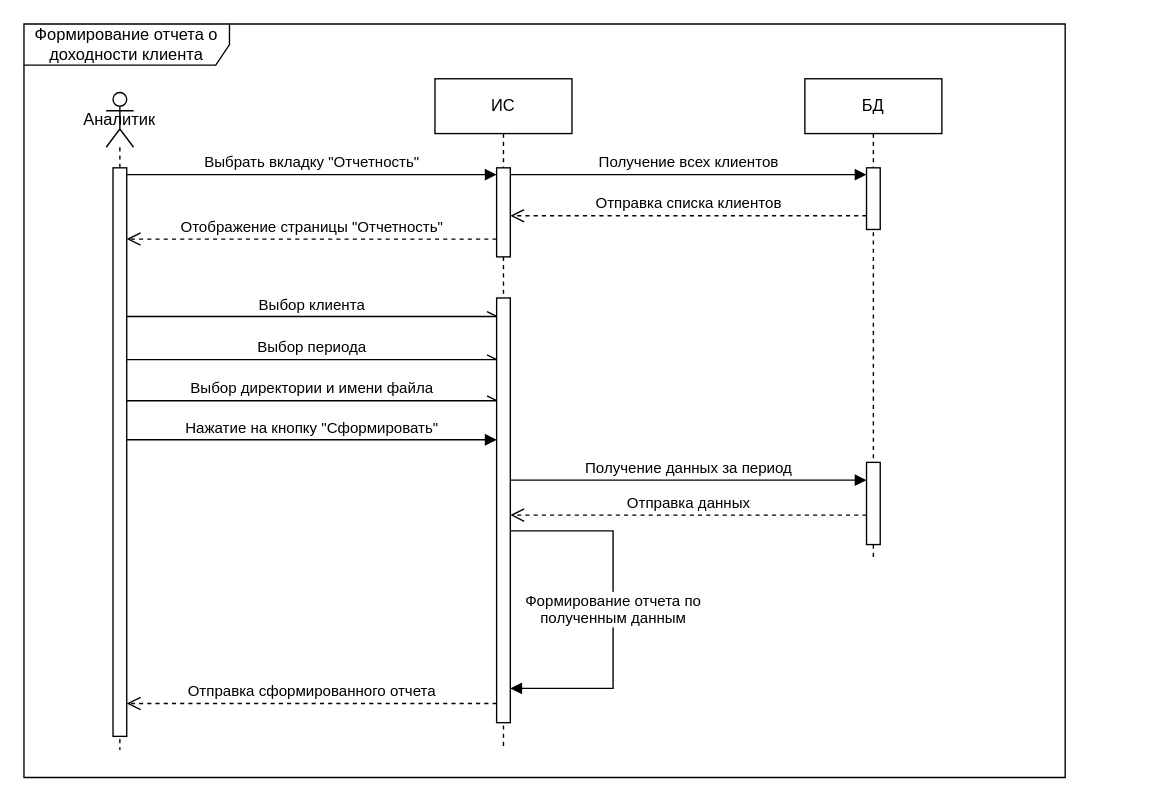
The draw.io diagram sequence.drawio in snowfallite/trpo, before the edit. Source tidied: cells renumbered, new cells numbered last; positions are measured from the earlier drawing's top-left corner, leaving out a move shared by most shapes. Both pictures are drawn from the tidied source at 137%, with x=0, y=0 at pixel (23, 23).
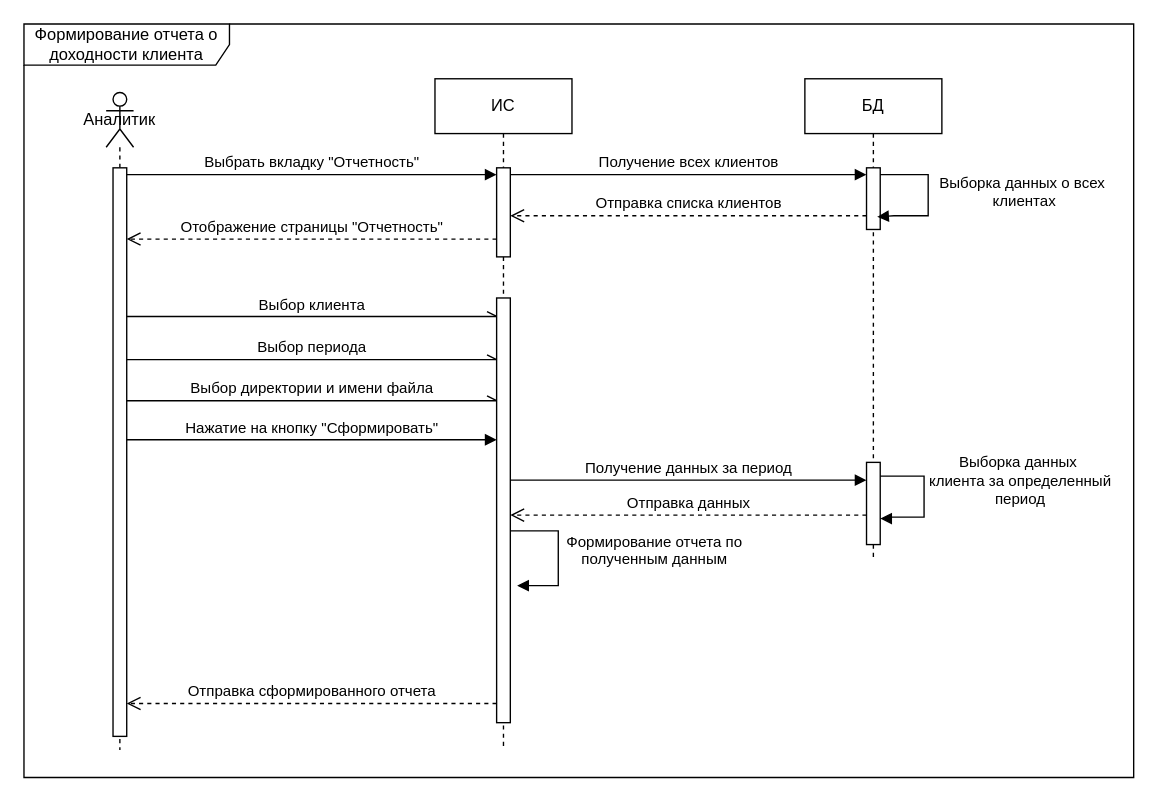
The same page after the edit.

Unchanged cells that the change refers to:
```xml
<mxCell id="9" value="БД" style="shape=umlLifeline;perimeter=lifelinePerimeter;whiteSpace=wrap;html=1;newEdgeStyle={&quot;curved&quot;:0,&quot;rounded&quot;:0};" parent="1" vertex="1">
  <mxGeometry x="570" y="40" width="100" height="350" as="geometry" />
</mxCell>
<mxCell id="10" style="html=1;points=[[0,0,0,0,5],[0,1,0,0,-5],[1,0,0,0,5],[1,1,0,0,-5]];perimeter=orthogonalPerimeter;outlineConnect=0;targetShapes=umlLifeline;portConstraint=eastwest;newEdgeStyle={&quot;curved&quot;:0,&quot;rounded&quot;:0};" parent="9" vertex="1">
  <mxGeometry x="45" y="65" width="10" height="45" as="geometry" />
</mxCell>
<mxCell id="11" style="html=1;points=[[0,0,0,0,5],[0,1,0,0,-5],[1,0,0,0,5],[1,1,0,0,-5]];perimeter=orthogonalPerimeter;outlineConnect=0;targetShapes=umlLifeline;portConstraint=eastwest;newEdgeStyle={&quot;curved&quot;:0,&quot;rounded&quot;:0};" parent="9" vertex="1">
  <mxGeometry x="45" y="280" width="10" height="60" as="geometry" />
</mxCell>
```

What changed in the source:
```diff
@@
     <mxCell id="4" value="&lt;span style=&quot;color: rgb(0, 0, 0);&quot;&gt;Формирование отчета о доходности клиента&lt;/span&gt;" style="shape=umlFrame;whiteSpace=wrap;html=1;width=150;height=30;" parent="1" vertex="1">
-      <mxGeometry width="760" height="550" as="geometry" />
+      <mxGeometry width="810" height="550" as="geometry" />
     </mxCell>
@@
+    <mxCell id="23" value="Выборка данных о всех&amp;nbsp;&lt;div&gt;клиентах&lt;/div&gt;" style="html=1;verticalAlign=bottom;endArrow=block;rounded=0;elbow=vertical;edgeStyle=orthogonalEdgeStyle;exitX=1;exitY=0;exitDx=0;exitDy=5;exitPerimeter=0;entryX=0.776;entryY=0.795;entryDx=0;entryDy=0;entryPerimeter=0;" parent="9" edge="1" source="10" target="10">
+      <mxGeometry x="0.24" y="70" relative="1" as="geometry">
+        <Array as="points">
+          <mxPoint x="90" y="70" />
+          <mxPoint x="90" y="100" />
+          <mxPoint x="65" y="100" />
+        </Array>
+      </mxGeometry>
+    </mxCell>
+    <mxCell id="24" value="Выборка данных&amp;nbsp;&lt;div&gt;клиента за определенный&lt;/div&gt;&lt;div&gt;период&lt;/div&gt;" style="html=1;verticalAlign=bottom;endArrow=block;rounded=0;elbow=vertical;edgeStyle=orthogonalEdgeStyle;" parent="9" edge="1" source="11" target="11">
+      <mxGeometry x="0.23" y="70" relative="1" as="geometry">
+        <Array as="points">
+          <mxPoint x="87" y="290" />
+          <mxPoint x="87" y="320" />
+          <mxPoint x="62" y="320" />
+          <mxPoint x="62" y="321" />
+        </Array>
+      </mxGeometry>
+    </mxCell>
@@
-    <mxCell id="22" value="Формирование отчета по&lt;div&gt;полученным данным&lt;/div&gt;" style="html=1;verticalAlign=bottom;endArrow=block;rounded=0;elbow=vertical;edgeStyle=orthogonalEdgeStyle;entryX=1;entryY=1;entryDx=0;entryDy=-5;entryPerimeter=0;" parent="1" edge="1">
-      <mxGeometry x="0.12" relative="1" as="geometry">
+    <mxCell id="22" value="Формирование отчета по&lt;div&gt;полученным данным&lt;/div&gt;" style="html=1;verticalAlign=bottom;endArrow=block;rounded=0;elbow=vertical;edgeStyle=orthogonalEdgeStyle;" parent="1" edge="1">
+      <mxGeometry x="0.24" y="70" relative="1" as="geometry">
         <mxPoint x="355" y="370" as="sourcePoint" />
-        <mxPoint x="355" y="485" as="targetPoint" />
+        <mxPoint x="360" y="410" as="targetPoint" />
         <Array as="points">
-          <mxPoint x="430" y="370" />
-          <mxPoint x="430" y="485" />
+          <mxPoint x="390" y="370" />
+          <mxPoint x="390" y="410" />
         </Array>
       </mxGeometry>
     </mxCell>
```
